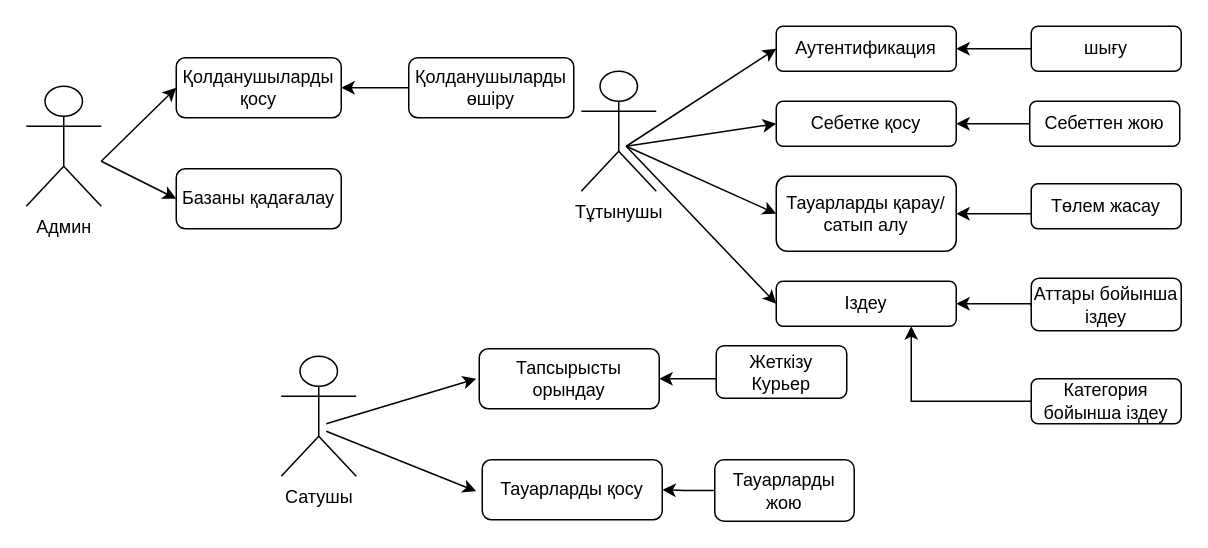
Before: page "Page-3" (3 of 5) of Untitled Diagram.drawio in Perizat31/pizza, a draw.io diagram. Source tidied: cells renumbered, new cells numbered last; positions are measured from the earlier drawing's top-left corner, leaving out a move shared by most shapes. Both pictures are drawn from the tidied source at 150%, with x=0, y=0 at pixel (26, 26).
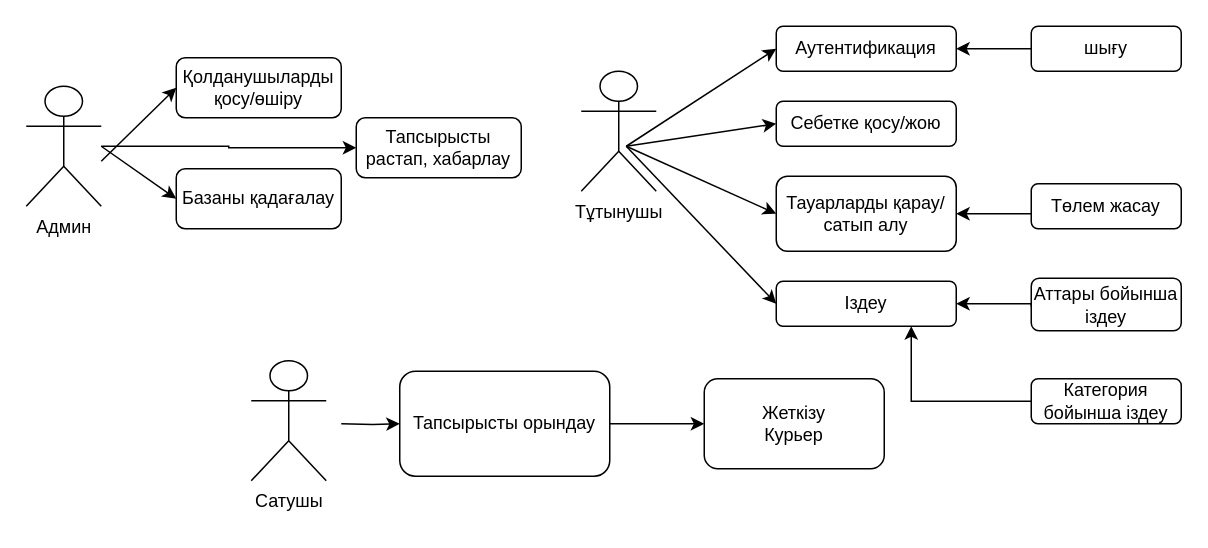
After the change.

Unchanged cells that the change refers to:
```xml
<mxCell id="2" value="Админ" style="shape=umlActor;verticalLabelPosition=bottom;verticalAlign=top;html=1;outlineConnect=0;" parent="1" vertex="1">
  <mxGeometry y="40" width="50" height="80" as="geometry" />
</mxCell>
<mxCell id="6" value="Базаны қадағалау" style="rounded=1;whiteSpace=wrap;html=1;" parent="1" vertex="1">
  <mxGeometry x="100" y="95" width="110" height="40" as="geometry" />
</mxCell>
```

The edit, as a diff of the source:
```diff
@@
+    <mxCell id="37" style="edgeStyle=orthogonalEdgeStyle;rounded=0;jettySize=auto;html=1;" parent="1" edge="1" source="2" target="40">
+      <mxGeometry relative="1" as="geometry" />
+    </mxCell>
@@
+    <mxCell id="38" style="edgeStyle=orthogonalEdgeStyle;rounded=0;jettySize=auto;html=1;" parent="1" edge="1" target="11">
+      <mxGeometry relative="1" as="geometry">
+        <mxPoint x="210" y="265" as="sourcePoint" />
+      </mxGeometry>
+    </mxCell>
     <mxCell id="3" value="Сатушы" style="shape=umlActor;verticalLabelPosition=bottom;verticalAlign=top;html=1;" parent="1" vertex="1">
-      <mxGeometry x="170" y="220" width="50" height="80" as="geometry" />
+      <mxGeometry x="150" y="223" width="50" height="80" as="geometry" />
     </mxCell>
@@
-    <mxCell id="5" value="Қолданушыларды қосу" style="rounded=1;whiteSpace=wrap;html=1;" parent="1" vertex="1">
+    <mxCell id="5" value="Қолданушыларды қосу/өшіру" style="rounded=1;whiteSpace=wrap;html=1;" parent="1" vertex="1">
       <mxGeometry x="100" y="21" width="110" height="40" as="geometry" />
     </mxCell>
@@
-    <mxCell id="8" value="Себетке қосу" style="rounded=1;whiteSpace=wrap;html=1;" parent="1" vertex="1">
+    <mxCell id="8" value="Себетке қосу/жою" style="rounded=1;whiteSpace=wrap;html=1;" parent="1" vertex="1">
       <mxGeometry x="500" y="50" width="120" height="30" as="geometry" />
     </mxCell>
@@
+    <mxCell id="39" style="edgeStyle=orthogonalEdgeStyle;rounded=0;jettySize=auto;html=1;entryX=0;entryY=0.5;entryDx=0;entryDy=0;" parent="1" edge="1" source="11" target="32">
+      <mxGeometry relative="1" as="geometry" />
+    </mxCell>
     <mxCell id="11" value="Тапсырысты орындау" style="rounded=1;whiteSpace=wrap;html=1;" parent="1" vertex="1">
-      <mxGeometry x="302" y="215" width="120" height="40" as="geometry" />
+      <mxGeometry x="249" y="230" width="140" height="70" as="geometry" />
     </mxCell>
-    <mxCell id="12" value="Тауарларды қосу" style="rounded=1;whiteSpace=wrap;html=1;" parent="1" vertex="1">
-      <mxGeometry x="304" y="289" width="120" height="40" as="geometry" />
-    </mxCell>
@@
     <mxCell id="14" style="endArrow=classic;html=1;rounded=0;entryX=0;entryY=0.5;entryDx=0;entryDy=0;" parent="1" edge="1" target="6">
       <mxGeometry relative="1" as="geometry">
-        <mxPoint x="50" y="90" as="sourcePoint" />
+        <mxPoint x="50" y="80" as="sourcePoint" />
       </mxGeometry>
     </mxCell>
@@
-    <mxCell id="19" style="endArrow=classic;html=1;rounded=0;" parent="1" edge="1">
-      <mxGeometry relative="1" as="geometry">
-        <mxPoint x="200" y="265" as="sourcePoint" />
-        <mxPoint x="300" y="235" as="targetPoint" />
-      </mxGeometry>
-    </mxCell>
-    <mxCell id="20" style="endArrow=classic;html=1;rounded=0;" parent="1" edge="1">
-      <mxGeometry relative="1" as="geometry">
-        <mxPoint x="200" y="270" as="sourcePoint" />
-        <mxPoint x="300" y="310" as="targetPoint" />
-      </mxGeometry>
-    </mxCell>
@@
-    <mxCell id="27" style="edgeStyle=orthogonalEdgeStyle;rounded=0;jettySize=auto;html=1;entryX=1;entryY=0.5;entryDx=0;entryDy=0;" parent="1" edge="1" source="28" target="8">
-      <mxGeometry relative="1" as="geometry" />
-    </mxCell>
-    <mxCell id="28" value="Себеттен жою" style="rounded=1;whiteSpace=wrap;html=1;" parent="1" vertex="1">
-      <mxGeometry x="669" y="50" width="100" height="30" as="geometry" />
-    </mxCell>
@@
-    <mxCell id="31" style="edgeStyle=orthogonalEdgeStyle;rounded=0;jettySize=auto;html=1;" parent="1" edge="1" target="11">
-      <mxGeometry relative="1" as="geometry">
-        <mxPoint x="450" y="235" as="sourcePoint" />
-        <Array as="points">
-          <mxPoint x="460" y="235" />
-          <mxPoint x="460" y="235" />
-        </Array>
-      </mxGeometry>
-    </mxCell>
     <mxCell id="32" value="Жеткізу&lt;div&gt;Курьер&lt;/div&gt;" style="rounded=1;whiteSpace=wrap;html=1;" parent="1" vertex="1">
-      <mxGeometry x="460" y="213" width="87" height="35" as="geometry" />
+      <mxGeometry x="452" y="235" width="120" height="60" as="geometry" />
     </mxCell>
-    <mxCell id="33" style="edgeStyle=orthogonalEdgeStyle;rounded=0;jettySize=auto;html=1;entryX=1;entryY=0.5;entryDx=0;entryDy=0;" parent="1" edge="1" source="34" target="12">
-      <mxGeometry relative="1" as="geometry" />
-    </mxCell>
-    <mxCell id="34" value="Тауарларды жою" style="rounded=1;whiteSpace=wrap;html=1;" parent="1" vertex="1">
-      <mxGeometry x="459" y="289" width="93" height="41" as="geometry" />
-    </mxCell>
-    <mxCell id="35" style="edgeStyle=orthogonalEdgeStyle;rounded=0;jettySize=auto;html=1;entryX=1;entryY=0.5;entryDx=0;entryDy=0;" parent="1" edge="1" source="36" target="5">
-      <mxGeometry relative="1" as="geometry" />
-    </mxCell>
-    <mxCell id="36" value="Қолданушыларды өшіру" style="rounded=1;whiteSpace=wrap;html=1;" parent="1" vertex="1">
-      <mxGeometry x="255" y="21" width="110" height="40" as="geometry" />
-    </mxCell>
+    <mxCell id="40" value="Тапсырысты растап, хабарлау" style="rounded=1;whiteSpace=wrap;html=1;" parent="1" vertex="1">
+      <mxGeometry x="220" y="61" width="110" height="40" as="geometry" />
+    </mxCell>
```
